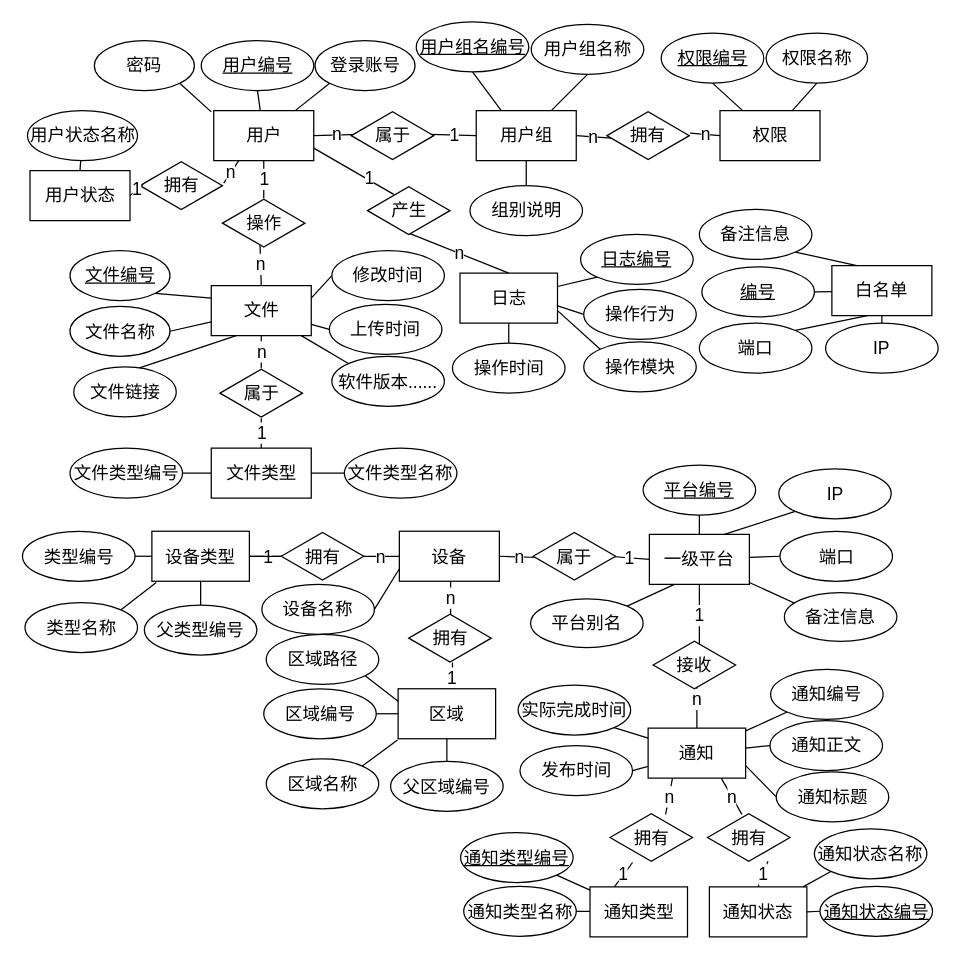
Before: E-R.drawio in waterwatermelon/graph, a draw.io diagram. Source tidied: cells renumbered, new cells numbered last; positions are measured from the earlier drawing's top-left corner, leaving out a move shared by most shapes. Both pictures are drawn from the tidied source at 125%, with x=0, y=0 at pixel (21, 21).
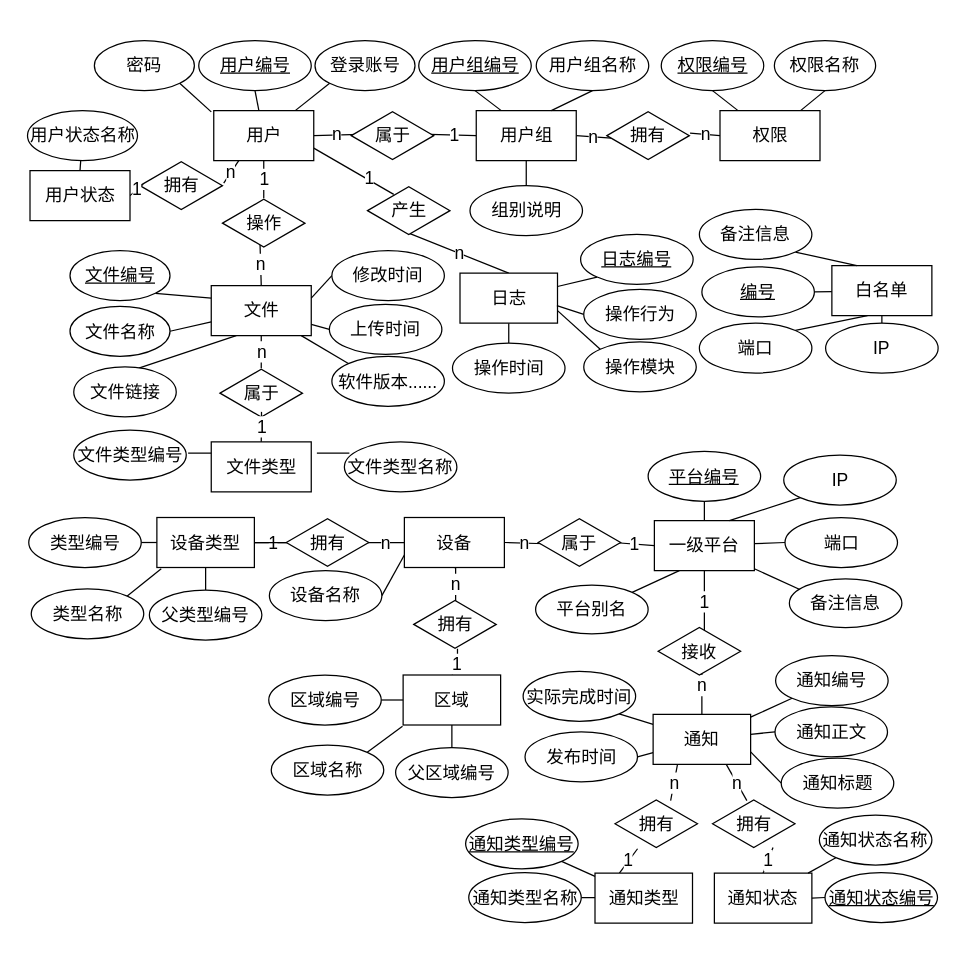
The same page after the edit.

Unchanged cells that the change refers to:
```xml
<mxCell id="125" value="属于" style="html=1;whiteSpace=wrap;shape=isoRectangle;fontSize=14;" parent="1" vertex="1">
  <mxGeometry x="158.5" y="277" width="66" height="40" as="geometry" />
</mxCell>
```

The edit, as a diff of the source:
```diff
@@
-    <mxCell id="18" value="&lt;u style=&quot;font-size: 14px;&quot;&gt;用户组名编号&lt;/u&gt;" style="ellipse;whiteSpace=wrap;html=1;fontSize=14;" parent="1" vertex="1">
-      <mxGeometry x="315.5" width="90" height="40" as="geometry" />
+    <mxCell id="18" value="&lt;u style=&quot;font-size: 14px&quot;&gt;用户组编号&lt;/u&gt;" style="ellipse;whiteSpace=wrap;html=1;fontSize=14;" parent="1" vertex="1">
+      <mxGeometry x="317.5" y="15" width="90" height="40" as="geometry" />
     </mxCell>
@@
     <mxCell id="20" value="用户组名称" style="ellipse;whiteSpace=wrap;html=1;fontSize=14;" parent="1" vertex="1">
-      <mxGeometry x="407.5" y="2" width="90" height="40" as="geometry" />
+      <mxGeometry x="411.5" y="15" width="90" height="40" as="geometry" />
     </mxCell>
@@
     <mxCell id="24" value="&lt;u style=&quot;font-size: 14px;&quot;&gt;权限编号&lt;/u&gt;" style="ellipse;whiteSpace=wrap;html=1;fontSize=14;" parent="1" vertex="1">
-      <mxGeometry x="511.5" y="9" width="82" height="40" as="geometry" />
+      <mxGeometry x="511.5" y="15" width="82" height="40" as="geometry" />
     </mxCell>
@@
     <mxCell id="26" value="权限名称" style="ellipse;whiteSpace=wrap;html=1;fontSize=14;" parent="1" vertex="1">
-      <mxGeometry x="595.5" y="9" width="81" height="40" as="geometry" />
+      <mxGeometry x="602" y="15" width="81" height="40" as="geometry" />
     </mxCell>
@@
     <mxCell id="29" value="n" style="edgeStyle=orthogonalEdgeStyle;rounded=0;jettySize=auto;html=1;exitX=0.5;exitY=1;exitDx=0;exitDy=0;endArrow=none;endFill=0;fontSize=14;" parent="1" edge="1" source="31">
       <mxGeometry relative="1" as="geometry">
-        <mxPoint x="343" y="475" as="targetPoint" />
+        <mxPoint x="347" y="464" as="targetPoint" />
       </mxGeometry>
     </mxCell>
@@
     <mxCell id="31" value="设备" style="rounded=0;whiteSpace=wrap;html=1;fontSize=14;" parent="1" vertex="1">
-      <mxGeometry x="302" y="407.5" width="80" height="40" as="geometry" />
+      <mxGeometry x="306" y="396.5" width="80" height="40" as="geometry" />
     </mxCell>
@@
     <mxCell id="34" value="一级平台" style="rounded=0;whiteSpace=wrap;html=1;fontSize=14;" parent="1" vertex="1">
-      <mxGeometry x="502" y="410" width="80" height="40" as="geometry" />
+      <mxGeometry x="506" y="399" width="80" height="40" as="geometry" />
     </mxCell>
@@
     <mxCell id="36" value="设备名称" style="ellipse;whiteSpace=wrap;html=1;fontSize=14;" parent="1" vertex="1">
-      <mxGeometry x="192" y="450" width="90" height="40" as="geometry" />
+      <mxGeometry x="198" y="439" width="90" height="40" as="geometry" />
     </mxCell>
     <mxCell id="37" value="属于" style="html=1;whiteSpace=wrap;shape=isoRectangle;fontSize=14;" parent="1" vertex="1">
-      <mxGeometry x="409" y="407.5" width="66" height="40" as="geometry" />
+      <mxGeometry x="413" y="396.5" width="66" height="40" as="geometry" />
     </mxCell>
@@
     <mxCell id="39" value="&lt;u style=&quot;font-size: 14px;&quot;&gt;平台编号&lt;/u&gt;" style="ellipse;whiteSpace=wrap;html=1;fontSize=14;" parent="1" vertex="1">
-      <mxGeometry x="497" y="354.5" width="90" height="40" as="geometry" />
+      <mxGeometry x="501" y="343.5" width="90" height="40" as="geometry" />
     </mxCell>
@@
     <mxCell id="41" value="IP" style="ellipse;whiteSpace=wrap;html=1;fontSize=14;" parent="1" vertex="1">
-      <mxGeometry x="605.5" y="357.5" width="90" height="40" as="geometry" />
+      <mxGeometry x="609.5" y="346.5" width="90" height="40" as="geometry" />
     </mxCell>
@@
     <mxCell id="43" value="端口" style="ellipse;whiteSpace=wrap;html=1;fontSize=14;" parent="1" vertex="1">
-      <mxGeometry x="606.5" y="407.5" width="90" height="40" as="geometry" />
+      <mxGeometry x="610.5" y="396.5" width="90" height="40" as="geometry" />
     </mxCell>
@@
     <mxCell id="70" value="区域" style="rounded=0;whiteSpace=wrap;html=1;fontSize=14;" parent="1" vertex="1">
-      <mxGeometry x="301" y="533.5" width="78" height="40" as="geometry" />
+      <mxGeometry x="305" y="522.5" width="78" height="40" as="geometry" />
     </mxCell>
     <mxCell id="71" value="拥有" style="html=1;whiteSpace=wrap;shape=isoRectangle;fontSize=14;" parent="1" vertex="1">
-      <mxGeometry x="309.5" y="473" width="66" height="40" as="geometry" />
+      <mxGeometry x="313.5" y="462" width="66" height="40" as="geometry" />
     </mxCell>
@@
     <mxCell id="73" value="区域编号" style="ellipse;whiteSpace=wrap;html=1;fontSize=14;" parent="1" vertex="1">
-      <mxGeometry x="193.5" y="533.5" width="90" height="40" as="geometry" />
+      <mxGeometry x="197.5" y="522.5" width="90" height="40" as="geometry" />
     </mxCell>
     <mxCell id="74" style="edgeStyle=none;rounded=0;jettySize=auto;html=1;exitX=1;exitY=0;exitDx=0;exitDy=0;endArrow=none;endFill=0;fontSize=14;" parent="1" edge="1" source="75">
       <mxGeometry relative="1" as="geometry">
-        <mxPoint x="300.5" y="574.5" as="targetPoint" />
+        <mxPoint x="304.5" y="563.5" as="targetPoint" />
       </mxGeometry>
     </mxCell>
     <mxCell id="75" value="区域名称" style="ellipse;whiteSpace=wrap;html=1;fontSize=14;" parent="1" vertex="1">
-      <mxGeometry x="195.5" y="589.5" width="90" height="40" as="geometry" />
+      <mxGeometry x="199.5" y="578.5" width="90" height="40" as="geometry" />
     </mxCell>
@@
     <mxCell id="77" value="父区域编号" style="ellipse;whiteSpace=wrap;html=1;fontSize=14;" parent="1" vertex="1">
-      <mxGeometry x="295" y="591.5" width="90" height="40" as="geometry" />
+      <mxGeometry x="299" y="580.5" width="90" height="40" as="geometry" />
     </mxCell>
-    <mxCell id="78" style="edgeStyle=none;rounded=0;jettySize=auto;html=1;exitX=1;exitY=1;exitDx=0;exitDy=0;entryX=0;entryY=0.25;entryDx=0;entryDy=0;endArrow=none;endFill=0;fontSize=14;" parent="1" edge="1" target="70">
-      <mxGeometry relative="1" as="geometry">
-        <mxPoint x="272.5" y="521.5" as="sourcePoint" />
-      </mxGeometry>
-    </mxCell>
-    <mxCell id="79" value="区域路径" style="ellipse;whiteSpace=wrap;html=1;fontSize=14;" parent="1" vertex="1">
-      <mxGeometry x="195.5" y="490" width="90" height="40" as="geometry" />
-    </mxCell>
@@
     <mxCell id="81" value="&lt;u style=&quot;font-size: 14px;&quot;&gt;用户编号&lt;/u&gt;" style="ellipse;whiteSpace=wrap;html=1;fontSize=14;" parent="1" vertex="1">
-      <mxGeometry x="143.5" y="15" width="90" height="40" as="geometry" />
+      <mxGeometry x="141.5" y="15" width="90" height="40" as="geometry" />
     </mxCell>
@@
     <mxCell id="89" value="平台别名" style="ellipse;whiteSpace=wrap;html=1;fontSize=14;" parent="1" vertex="1">
-      <mxGeometry x="407" y="461.5" width="90" height="39" as="geometry" />
+      <mxGeometry x="411" y="450.5" width="90" height="39" as="geometry" />
     </mxCell>
@@
     <mxCell id="93" value="设备类型" style="rounded=0;whiteSpace=wrap;html=1;fontSize=14;" parent="1" vertex="1">
-      <mxGeometry x="104" y="407.5" width="78" height="40" as="geometry" />
+      <mxGeometry x="108" y="396.5" width="78" height="40" as="geometry" />
     </mxCell>
@@
     <mxCell id="95" value="类型编号" style="ellipse;whiteSpace=wrap;html=1;fontSize=14;" parent="1" vertex="1">
-      <mxGeometry x="0.5" y="407.5" width="90" height="40" as="geometry" />
+      <mxGeometry x="5.5" y="396.5" width="90" height="40" as="geometry" />
     </mxCell>
     <mxCell id="96" style="edgeStyle=none;rounded=0;jettySize=auto;html=1;exitX=1;exitY=0;exitDx=0;exitDy=0;endArrow=none;endFill=0;fontSize=14;" parent="1" edge="1" source="97">
       <mxGeometry relative="1" as="geometry">
-        <mxPoint x="107.5" y="448.5" as="targetPoint" />
+        <mxPoint x="111.5" y="437.5" as="targetPoint" />
       </mxGeometry>
     </mxCell>
     <mxCell id="97" value="类型名称" style="ellipse;whiteSpace=wrap;html=1;fontSize=14;" parent="1" vertex="1">
-      <mxGeometry x="2.5" y="464.5" width="90" height="40" as="geometry" />
+      <mxGeometry x="7.5" y="453.5" width="90" height="40" as="geometry" />
     </mxCell>
@@
     <mxCell id="99" value="拥有" style="html=1;whiteSpace=wrap;shape=isoRectangle;fontSize=14;" parent="1" vertex="1">
-      <mxGeometry x="207.5" y="407.5" width="66" height="40" as="geometry" />
+      <mxGeometry x="211.5" y="396.5" width="66" height="40" as="geometry" />
     </mxCell>
@@
     <mxCell id="101" value="父类型编号" style="ellipse;whiteSpace=wrap;html=1;fontSize=14;" parent="1" vertex="1">
-      <mxGeometry x="98" y="466.5" width="90" height="40" as="geometry" />
+      <mxGeometry x="102" y="454.5" width="90" height="40" as="geometry" />
     </mxCell>
@@
     <mxCell id="103" value="发布时间" style="ellipse;whiteSpace=wrap;html=1;fontSize=14;" parent="1" vertex="1">
-      <mxGeometry x="398.5" y="579" width="90" height="40" as="geometry" />
+      <mxGeometry x="402.5" y="568" width="90" height="40" as="geometry" />
     </mxCell>
@@
     <mxCell id="105" value="实际完成时间" style="ellipse;whiteSpace=wrap;html=1;fontSize=14;" parent="1" vertex="1">
-      <mxGeometry x="397" y="530.5" width="90" height="40" as="geometry" />
+      <mxGeometry x="401" y="519.5" width="90" height="40" as="geometry" />
     </mxCell>
     <mxCell id="106" value="n" style="edgeStyle=none;rounded=0;jettySize=auto;html=1;exitX=0.25;exitY=1;exitDx=0;exitDy=0;entryX=0.667;entryY=0.15;entryDx=0;entryDy=0;entryPerimeter=0;endArrow=none;endFill=0;fontSize=14;" parent="1" edge="1" source="109">
       <mxGeometry relative="1" as="geometry">
-        <mxPoint x="515" y="634" as="targetPoint" />
+        <mxPoint x="519" y="623" as="targetPoint" />
       </mxGeometry>
     </mxCell>
     <mxCell id="107" value="n" style="edgeStyle=none;rounded=0;jettySize=auto;html=1;exitX=0.75;exitY=1;exitDx=0;exitDy=0;entryX=0.417;entryY=0.163;entryDx=0;entryDy=0;entryPerimeter=0;endArrow=none;endFill=0;fontSize=14;" parent="1" edge="1" source="109">
       <mxGeometry relative="1" as="geometry">
-        <mxPoint x="576" y="634" as="targetPoint" />
+        <mxPoint x="580" y="623" as="targetPoint" />
       </mxGeometry>
     </mxCell>
     <mxCell id="108" value="n&lt;br style=&quot;font-size: 14px;&quot;&gt;" style="edgeStyle=none;rounded=0;jettySize=auto;html=1;exitX=0.5;exitY=0;exitDx=0;exitDy=0;entryX=0.53;entryY=0.988;entryDx=0;entryDy=0;entryPerimeter=0;endArrow=none;endFill=0;fontSize=14;" parent="1" edge="1" source="109">
       <mxGeometry relative="1" as="geometry">
-        <mxPoint x="540" y="520" as="targetPoint" />
+        <mxPoint x="544" y="509" as="targetPoint" />
       </mxGeometry>
     </mxCell>
     <mxCell id="109" value="通知" style="rounded=0;whiteSpace=wrap;html=1;fontSize=14;" parent="1" vertex="1">
-      <mxGeometry x="501" y="565" width="78" height="40" as="geometry" />
+      <mxGeometry x="505" y="554" width="78" height="40" as="geometry" />
     </mxCell>
@@
     <mxCell id="111" value="通知编号" style="ellipse;whiteSpace=wrap;html=1;fontSize=14;" parent="1" vertex="1">
-      <mxGeometry x="599" y="518" width="90" height="40" as="geometry" />
+      <mxGeometry x="603" y="507" width="90" height="40" as="geometry" />
     </mxCell>
@@
     <mxCell id="113" value="通知标题" style="ellipse;whiteSpace=wrap;html=1;fontSize=14;" parent="1" vertex="1">
-      <mxGeometry x="603.5" y="600" width="90" height="40" as="geometry" />
+      <mxGeometry x="607.5" y="589" width="90" height="40" as="geometry" />
     </mxCell>
@@
     <mxCell id="115" value="通知正文" style="ellipse;whiteSpace=wrap;html=1;fontSize=14;" parent="1" vertex="1">
-      <mxGeometry x="598.5" y="559" width="90" height="40" as="geometry" />
+      <mxGeometry x="602.5" y="548" width="90" height="40" as="geometry" />
     </mxCell>
     <mxCell id="116" style="edgeStyle=none;rounded=0;orthogonalLoop=1;jettySize=auto;html=1;exitX=0;exitY=0;exitDx=0;exitDy=0;endArrow=none;endFill=0;fontSize=14;" parent="1" edge="1">
       <mxGeometry relative="1" as="geometry">
-        <mxPoint x="628" y="469.5" as="sourcePoint" />
-        <mxPoint x="582" y="448.5" as="targetPoint" />
+        <mxPoint x="632" y="458.5" as="sourcePoint" />
+        <mxPoint x="586" y="437.5" as="targetPoint" />
       </mxGeometry>
     </mxCell>
     <mxCell id="117" value="备注信息" style="ellipse;whiteSpace=wrap;html=1;fontSize=14;" parent="1" vertex="1">
-      <mxGeometry x="610" y="456.5" width="90" height="39" as="geometry" />
+      <mxGeometry x="614" y="445.5" width="90" height="39" as="geometry" />
     </mxCell>
@@
     <mxCell id="119" value="通知类型" style="rounded=0;whiteSpace=wrap;html=1;fontSize=14;" parent="1" vertex="1">
-      <mxGeometry x="454.5" y="692" width="78" height="40" as="geometry" />
+      <mxGeometry x="458.5" y="681" width="78" height="40" as="geometry" />
     </mxCell>
@@
     <mxCell id="121" value="&lt;u&gt;通知类型编号&lt;/u&gt;" style="ellipse;whiteSpace=wrap;html=1;fontSize=14;" parent="1" vertex="1">
-      <mxGeometry x="351" y="648.5" width="90" height="40" as="geometry" />
+      <mxGeometry x="355" y="637.5" width="90" height="40" as="geometry" />
     </mxCell>
@@
     <mxCell id="123" value="通知类型名称" style="ellipse;whiteSpace=wrap;html=1;fontSize=14;" parent="1" vertex="1">
-      <mxGeometry x="353.5" y="691.5" width="90" height="40" as="geometry" />
+      <mxGeometry x="357.5" y="680.5" width="90" height="40" as="geometry" />
     </mxCell>
@@
-    <mxCell id="126" style="rounded=0;jettySize=auto;html=1;exitX=0;exitY=0.5;exitDx=0;exitDy=0;entryX=1;entryY=0.5;entryDx=0;entryDy=0;endArrow=none;endFill=0;fontSize=14;" parent="1" edge="1" source="128" target="129">
-      <mxGeometry relative="1" as="geometry" />
+    <mxCell id="126" style="rounded=0;orthogonalLoop=1;jettySize=auto;html=1;exitX=0;exitY=0.5;exitDx=0;exitDy=0;entryX=1;entryY=0.5;entryDx=0;entryDy=0;endArrow=none;endFill=0;fontSize=14;" parent="1" edge="1">
+      <mxGeometry relative="1" as="geometry">
+        <mxPoint x="156" y="345" as="sourcePoint" />
+        <mxPoint x="133" y="345" as="targetPoint" />
+      </mxGeometry>
     </mxCell>
-    <mxCell id="127" value="1" style="edgeStyle=none;rounded=0;jettySize=auto;html=1;exitX=0.5;exitY=0;exitDx=0;exitDy=0;endArrow=none;endFill=0;fontSize=14;" parent="1" edge="1" source="128" target="125">
-      <mxGeometry relative="1" as="geometry" />
+    <mxCell id="127" value="1" style="edgeStyle=none;rounded=0;jettySize=auto;html=1;exitX=0.5;exitY=0;exitDx=0;exitDy=0;endArrow=none;endFill=0;fontSize=14;" parent="1" edge="1" source="128">
+      <mxGeometry relative="1" as="geometry">
+        <mxPoint x="191.7" y="312" as="targetPoint" />
+      </mxGeometry>
     </mxCell>
     <mxCell id="128" value="文件类型" style="rounded=0;whiteSpace=wrap;html=1;fontSize=14;" parent="1" vertex="1">
-      <mxGeometry x="151.5" y="341" width="80" height="40" as="geometry" />
+      <mxGeometry x="151.5" y="336" width="80" height="40" as="geometry" />
     </mxCell>
     <mxCell id="129" value="文件类型编号" style="ellipse;whiteSpace=wrap;html=1;fontSize=14;" parent="1" vertex="1">
-      <mxGeometry x="38.5" y="341" width="90" height="40" as="geometry" />
+      <mxGeometry x="41.5" y="326.5" width="90" height="40" as="geometry" />
     </mxCell>
-    <mxCell id="130" style="edgeStyle=orthogonalEdgeStyle;rounded=0;jettySize=auto;html=1;exitX=0;exitY=0.5;exitDx=0;exitDy=0;entryX=1;entryY=0.5;entryDx=0;entryDy=0;endArrow=none;endFill=0;" parent="1" edge="1" source="131" target="128">
-      <mxGeometry relative="1" as="geometry" />
+    <mxCell id="130" style="edgeStyle=orthogonalEdgeStyle;rounded=0;orthogonalLoop=1;jettySize=auto;html=1;exitX=0;exitY=0.5;exitDx=0;exitDy=0;entryX=1;entryY=0.5;entryDx=0;entryDy=0;endArrow=none;endFill=0;" parent="1" edge="1">
+      <mxGeometry relative="1" as="geometry">
+        <mxPoint x="262" y="345" as="sourcePoint" />
+        <mxPoint x="236" y="345" as="targetPoint" />
+      </mxGeometry>
     </mxCell>
     <mxCell id="131" value="文件类型名称" style="ellipse;whiteSpace=wrap;html=1;fontSize=14;" parent="1" vertex="1">
-      <mxGeometry x="258" y="341" width="90" height="40" as="geometry" />
+      <mxGeometry x="258" y="336" width="90" height="40" as="geometry" />
     </mxCell>
     <mxCell id="132" value="1" style="edgeStyle=none;rounded=0;jettySize=auto;html=1;exitX=0.5;exitY=0;exitDx=0;exitDy=0;endArrow=none;endFill=0;fontSize=14;" parent="1" edge="1" source="133">
       <mxGeometry relative="1" as="geometry">
-        <mxPoint x="596.9" y="671.5" as="targetPoint" />
+        <mxPoint x="600.9" y="660.5" as="targetPoint" />
       </mxGeometry>
     </mxCell>
     <mxCell id="133" value="通知状态" style="rounded=0;whiteSpace=wrap;html=1;fontSize=14;" parent="1" vertex="1">
-      <mxGeometry x="550" y="692" width="78" height="40" as="geometry" />
+      <mxGeometry x="554" y="681" width="78" height="40" as="geometry" />
     </mxCell>
     <mxCell id="134" value="接收" style="html=1;whiteSpace=wrap;shape=isoRectangle;fontSize=14;" parent="1" vertex="1">
-      <mxGeometry x="505" y="494.5" width="66" height="40" as="geometry" />
+      <mxGeometry x="509" y="483.5" width="66" height="40" as="geometry" />
     </mxCell>
@@
     <mxCell id="136" value="通知状态名称" style="ellipse;whiteSpace=wrap;html=1;fontSize=14;" parent="1" vertex="1">
-      <mxGeometry x="634" y="645.5" width="90" height="40" as="geometry" />
+      <mxGeometry x="638" y="634.5" width="90" height="40" as="geometry" />
     </mxCell>
@@
     <mxCell id="138" value="&lt;u&gt;通知状态编号&lt;/u&gt;" style="ellipse;whiteSpace=wrap;html=1;fontSize=14;" parent="1" vertex="1">
-      <mxGeometry x="638.5" y="691.5" width="90" height="40" as="geometry" />
+      <mxGeometry x="642.5" y="680.5" width="90" height="40" as="geometry" />
     </mxCell>
     <mxCell id="139" value="拥有" style="html=1;whiteSpace=wrap;shape=isoRectangle;fontSize=14;" parent="1" vertex="1">
-      <mxGeometry x="470.5" y="632.5" width="66" height="40" as="geometry" />
+      <mxGeometry x="474.5" y="621.5" width="66" height="40" as="geometry" />
     </mxCell>
     <mxCell id="140" value="拥有" style="html=1;whiteSpace=wrap;shape=isoRectangle;fontSize=14;" parent="1" vertex="1">
-      <mxGeometry x="548.5" y="632.5" width="66" height="40" as="geometry" />
+      <mxGeometry x="552.5" y="621.5" width="66" height="40" as="geometry" />
     </mxCell>
```
